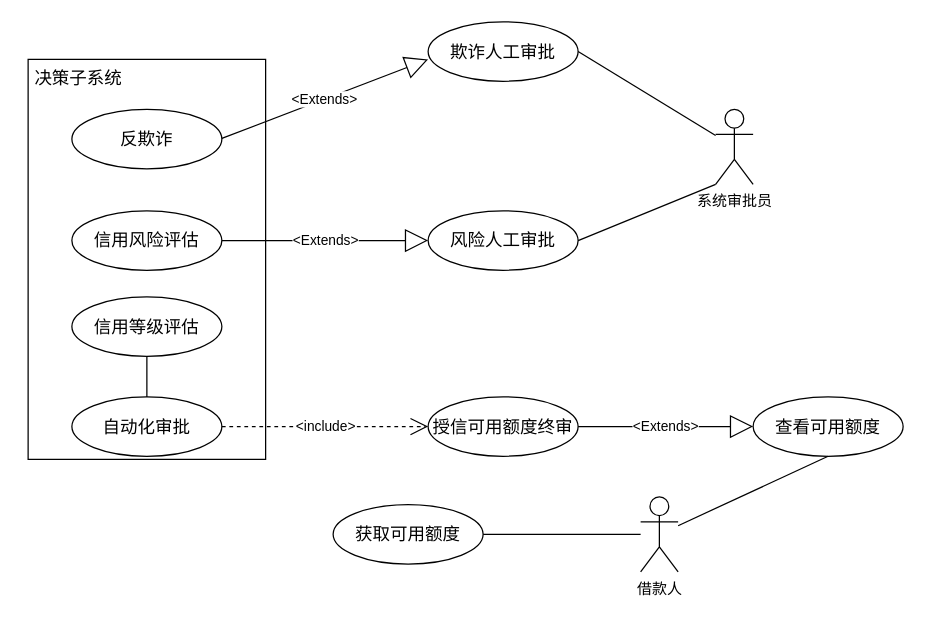
The draw.io diagram 授信审批用例图.drawio in wuxiao-web/graduationThesis, before the edit. Source tidied: cells renumbered, new cells numbered last; positions are measured from the earlier drawing's top-left corner, leaving out a move shared by most shapes. Both pictures are drawn from the tidied source at 125%, with x=0, y=0 at pixel (21, 21).
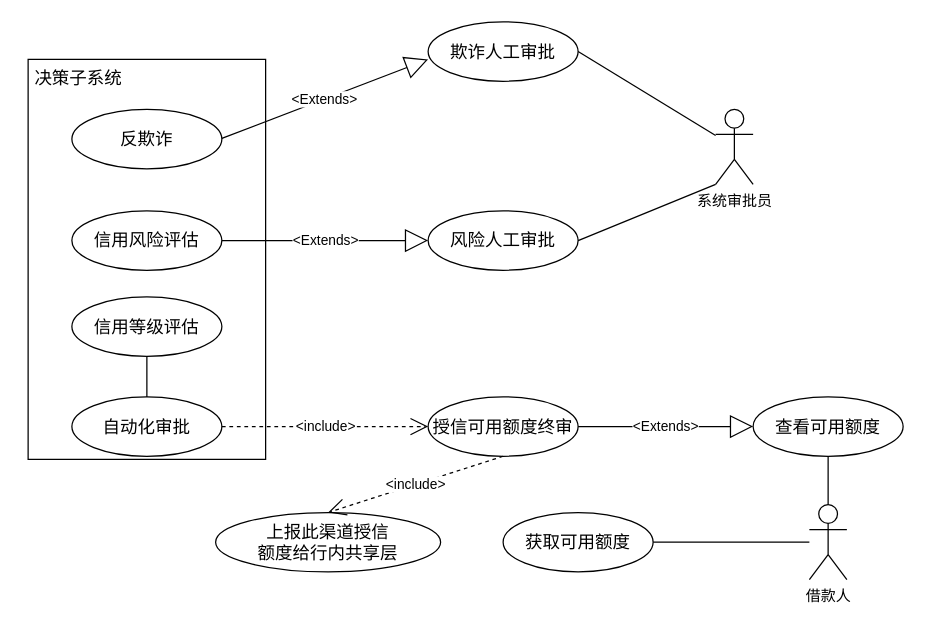
The same page after the edit.

Commit message:
更新授信审批用例图.drawio

The change refers to these unchanged cells:
```xml
<mxCell id="17" value="&lt;span style=&quot;font-size: 14px;&quot;&gt;授信可用额度终审&lt;/span&gt;" style="ellipse;whiteSpace=wrap;html=1;" parent="1" vertex="1">
  <mxGeometry x="325" y="300" width="120" height="47.5" as="geometry" />
</mxCell>
```

Diff of the diagram source:
```diff
@@
-    <mxCell id="21" style="edgeStyle=orthogonalEdgeStyle;rounded=0;jettySize=auto;html=1;endArrow=none;endFill=0;" parent="1" edge="1" source="22">
-      <mxGeometry relative="1" as="geometry">
-        <mxPoint x="365" y="410" as="targetPoint" />
-      </mxGeometry>
+    <mxCell id="21" style="edgeStyle=orthogonalEdgeStyle;rounded=0;jettySize=auto;html=1;endArrow=none;endFill=0;entryX=1;entryY=0.5;entryDx=0;entryDy=0;" parent="1" edge="1" source="22" target="23">
+      <mxGeometry relative="1" as="geometry" />
     </mxCell>
     <mxCell id="22" value="借款人" style="shape=umlActor;verticalLabelPosition=bottom;verticalAlign=top;html=1;" parent="1" vertex="1">
-      <mxGeometry x="495" y="380" width="30" height="60" as="geometry" />
+      <mxGeometry x="630" y="386.2" width="30" height="60" as="geometry" />
     </mxCell>
     <mxCell id="23" value="&lt;span style=&quot;font-size: 14px;&quot;&gt;获取可用额度&lt;/span&gt;" style="ellipse;whiteSpace=wrap;html=1;" parent="1" vertex="1">
-      <mxGeometry x="249" y="386.2" width="120" height="47.5" as="geometry" />
+      <mxGeometry x="385" y="392.5" width="120" height="47.5" as="geometry" />
     </mxCell>
+    <mxCell id="24" value="&lt;span style=&quot;font-size: 14px;&quot;&gt;上报此渠道授信&lt;br&gt;额度给行内共享层&lt;/span&gt;" style="ellipse;whiteSpace=wrap;html=1;" parent="1" vertex="1">
+      <mxGeometry x="155" y="392.5" width="180" height="47.5" as="geometry" />
+    </mxCell>
+    <mxCell id="25" value="&amp;lt;include&amp;gt;" style="endArrow=open;endSize=12;dashed=1;html=1;rounded=0;exitX=0.5;exitY=1;exitDx=0;exitDy=0;entryX=0.5;entryY=0;entryDx=0;entryDy=0;" parent="1" edge="1" source="17" target="24">
+      <mxGeometry relative="1" as="geometry" />
+    </mxCell>
```
